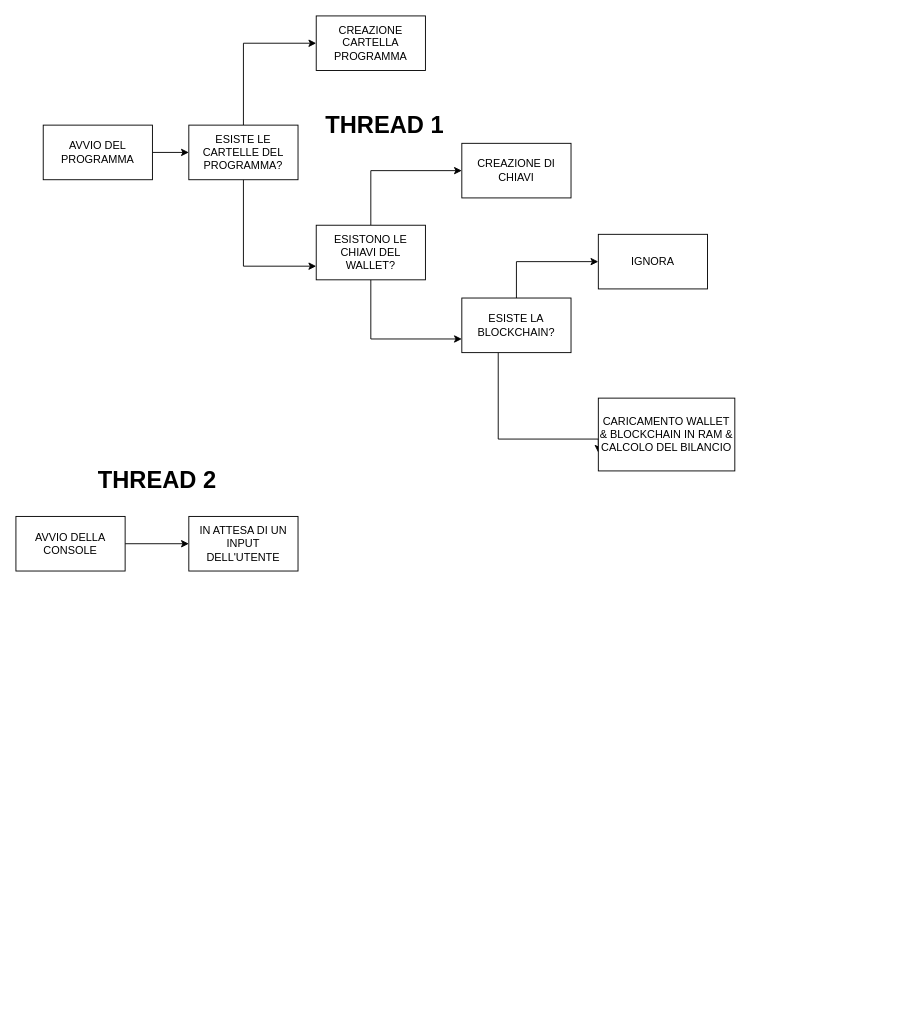
Earlier version of the draw.io diagram Progettazione/Funzionamento Base.drawio (micchf/arus-digital-currency). Source tidied: cells renumbered, new cells numbered last; positions are measured from the earlier drawing's top-left corner, leaving out a move shared by most shapes. Both pictures are drawn from the tidied source at 91%, with x=0, y=0 at pixel (15, 15).
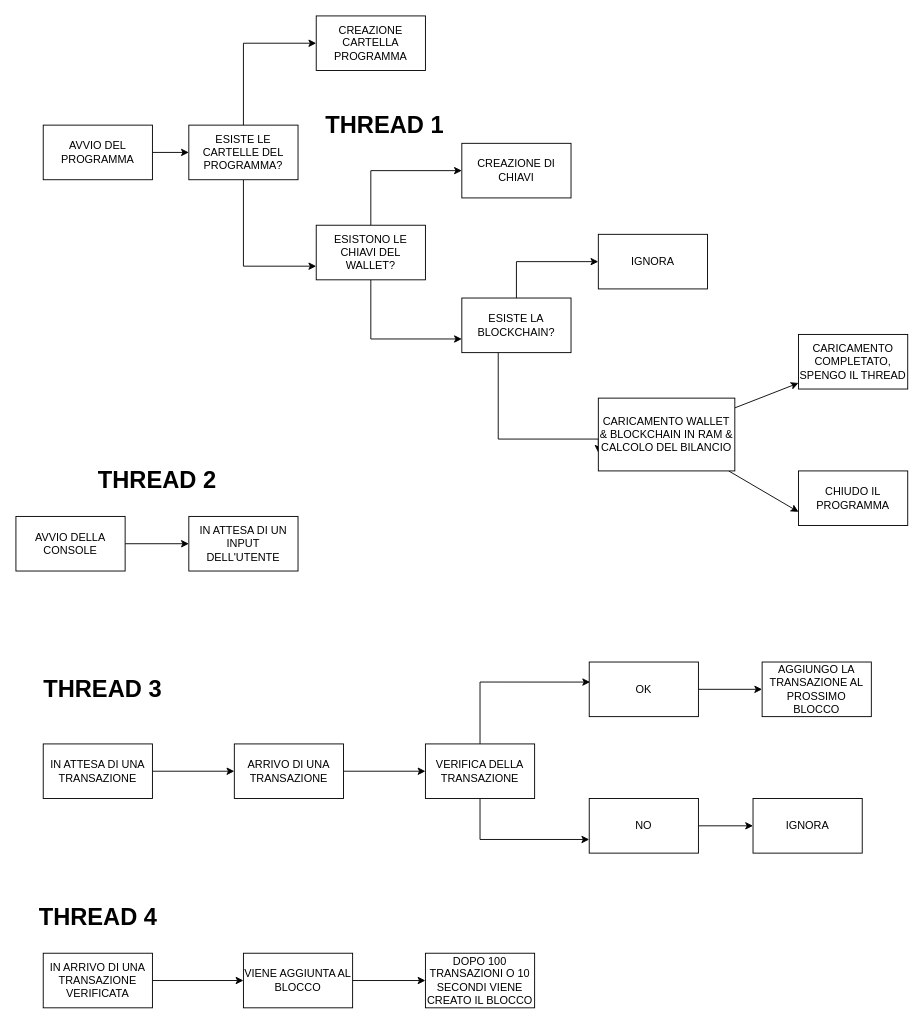
Above is the later version.

Commit message (it also covers changes not shown here):
Avanzamento progettazione

Unchanged cells that the change refers to:
```xml
<mxCell id="16" value="CARICAMENTO WALLET &amp;amp; BLOCKCHAIN IN RAM &amp;amp; CALCOLO DEL BILANCIO" style="rounded=0;whiteSpace=wrap;html=1;" parent="1" vertex="1">
  <mxGeometry x="640" y="420" width="150" height="80" as="geometry" />
</mxCell>
```

The edit, as a diff of the source:
```diff
@@
+    <mxCell id="22" style="edgeStyle=none;html=1;" parent="1" edge="1" source="16" target="24">
+      <mxGeometry relative="1" as="geometry" />
+    </mxCell>
+    <mxCell id="23" style="edgeStyle=none;html=1;entryX=0;entryY=0.75;entryDx=0;entryDy=0;" parent="1" edge="1" source="16" target="25">
+      <mxGeometry relative="1" as="geometry" />
+    </mxCell>
@@
+    <mxCell id="24" value="CARICAMENTO COMPLETATO, SPENGO IL THREAD" style="rounded=0;whiteSpace=wrap;html=1;" parent="1" vertex="1">
+      <mxGeometry x="860" y="350" width="120" height="60" as="geometry" />
+    </mxCell>
+    <mxCell id="25" value="CHIUDO IL PROGRAMMA" style="rounded=0;whiteSpace=wrap;html=1;" parent="1" vertex="1">
+      <mxGeometry x="860" y="500" width="120" height="60" as="geometry" />
+    </mxCell>
+    <mxCell id="26" value="&lt;b&gt;THREAD 3&lt;/b&gt;" style="text;html=1;align=center;verticalAlign=middle;strokeColor=none;fillColor=none;fontSize=26;" parent="1" vertex="1">
+      <mxGeometry x="20" y="720" width="150" height="40" as="geometry" />
+    </mxCell>
+    <mxCell id="27" style="edgeStyle=none;html=1;" parent="1" edge="1" target="30">
+      <mxGeometry relative="1" as="geometry">
+        <mxPoint x="150" y="830" as="sourcePoint" />
+      </mxGeometry>
+    </mxCell>
+    <mxCell id="28" value="IN ATTESA DI UNA TRANSAZIONE" style="rounded=0;whiteSpace=wrap;html=1;" parent="1" vertex="1">
+      <mxGeometry x="30" y="800" width="120" height="60" as="geometry" />
+    </mxCell>
+    <mxCell id="29" style="edgeStyle=none;html=1;" parent="1" edge="1" source="30" target="33">
+      <mxGeometry relative="1" as="geometry" />
+    </mxCell>
+    <mxCell id="30" value="ARRIVO DI UNA TRANSAZIONE" style="rounded=0;whiteSpace=wrap;html=1;" parent="1" vertex="1">
+      <mxGeometry x="240" y="800" width="120" height="60" as="geometry" />
+    </mxCell>
+    <mxCell id="31" style="edgeStyle=orthogonalEdgeStyle;rounded=0;jettySize=auto;html=1;entryX=0.008;entryY=0.367;entryDx=0;entryDy=0;entryPerimeter=0;" parent="1" edge="1" source="33" target="35">
+      <mxGeometry relative="1" as="geometry">
+        <Array as="points">
+          <mxPoint x="510" y="732" />
+        </Array>
+      </mxGeometry>
+    </mxCell>
+    <mxCell id="32" style="edgeStyle=orthogonalEdgeStyle;rounded=0;jettySize=auto;html=1;entryX=0;entryY=0.75;entryDx=0;entryDy=0;" parent="1" edge="1" source="33" target="38">
+      <mxGeometry relative="1" as="geometry">
+        <Array as="points">
+          <mxPoint x="510" y="905" />
+        </Array>
+      </mxGeometry>
+    </mxCell>
+    <mxCell id="33" value="VERIFICA DELLA TRANSAZIONE" style="rounded=0;whiteSpace=wrap;html=1;" parent="1" vertex="1">
+      <mxGeometry x="450" y="800" width="120" height="60" as="geometry" />
+    </mxCell>
+    <mxCell id="34" style="edgeStyle=none;html=1;" parent="1" edge="1" source="35" target="36">
+      <mxGeometry relative="1" as="geometry" />
+    </mxCell>
+    <mxCell id="35" value="OK" style="rounded=0;whiteSpace=wrap;html=1;" parent="1" vertex="1">
+      <mxGeometry x="630" y="710" width="120" height="60" as="geometry" />
+    </mxCell>
+    <mxCell id="36" value="AGGIUNGO LA TRANSAZIONE AL PROSSIMO BLOCCO" style="rounded=0;whiteSpace=wrap;html=1;" parent="1" vertex="1">
+      <mxGeometry x="820" y="710" width="120" height="60" as="geometry" />
+    </mxCell>
+    <mxCell id="37" style="edgeStyle=none;html=1;" parent="1" edge="1" source="38" target="39">
+      <mxGeometry relative="1" as="geometry" />
+    </mxCell>
+    <mxCell id="38" value="NO" style="rounded=0;whiteSpace=wrap;html=1;" parent="1" vertex="1">
+      <mxGeometry x="630" y="860" width="120" height="60" as="geometry" />
+    </mxCell>
+    <mxCell id="39" value="IGNORA" style="rounded=0;whiteSpace=wrap;html=1;" parent="1" vertex="1">
+      <mxGeometry x="810" y="860" width="120" height="60" as="geometry" />
+    </mxCell>
+    <mxCell id="40" value="&lt;b&gt;THREAD 4&lt;/b&gt;" style="text;html=1;align=center;verticalAlign=middle;strokeColor=none;fillColor=none;fontSize=26;" parent="1" vertex="1">
+      <mxGeometry x="15" y="970" width="150" height="40" as="geometry" />
+    </mxCell>
+    <mxCell id="41" style="edgeStyle=none;html=1;" parent="1" edge="1" source="42" target="44">
+      <mxGeometry relative="1" as="geometry" />
+    </mxCell>
+    <mxCell id="42" value="IN ARRIVO DI UNA TRANSAZIONE VERIFICATA" style="rounded=0;whiteSpace=wrap;html=1;" parent="1" vertex="1">
+      <mxGeometry x="30" y="1030" width="120" height="60" as="geometry" />
+    </mxCell>
+    <mxCell id="43" style="edgeStyle=none;html=1;" parent="1" edge="1" source="44" target="45">
+      <mxGeometry relative="1" as="geometry" />
+    </mxCell>
+    <mxCell id="44" value="VIENE AGGIUNTA AL BLOCCO" style="rounded=0;whiteSpace=wrap;html=1;" parent="1" vertex="1">
+      <mxGeometry x="250" y="1030" width="120" height="60" as="geometry" />
+    </mxCell>
+    <mxCell id="45" value="DOPO 100 TRANSAZIONI O 10 SECONDI VIENE CREATO IL BLOCCO" style="rounded=0;whiteSpace=wrap;html=1;" parent="1" vertex="1">
+      <mxGeometry x="450" y="1030" width="120" height="60" as="geometry" />
+    </mxCell>
```
